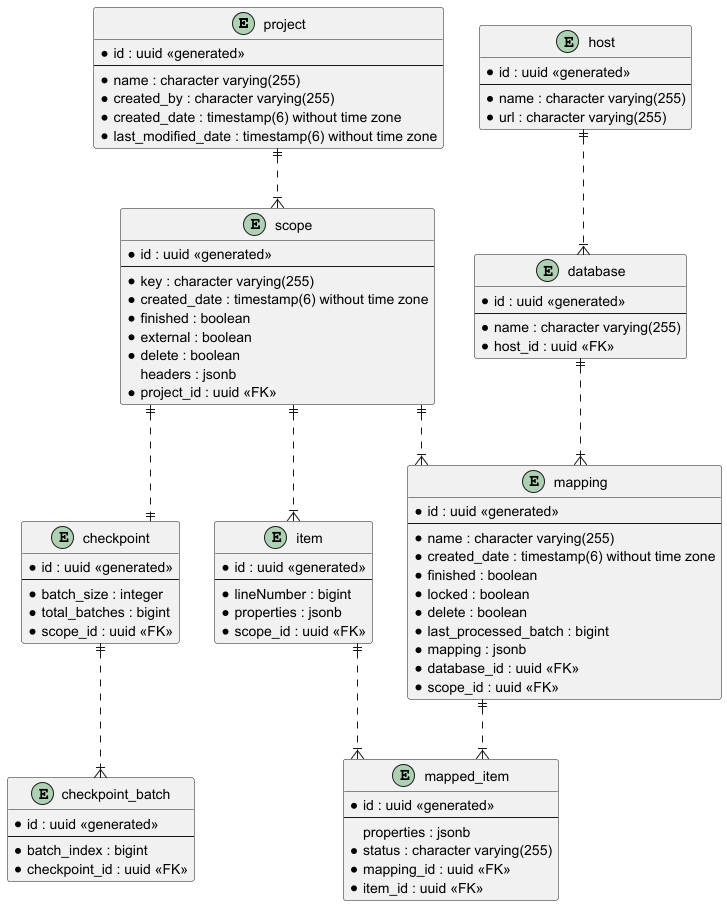
TuncerCatalkaya/data-migration keeps this PlantUML diagram as data-migration-documentation/src/main/images/databaseModel.png. Above is the earlier version. The source it was exported from:
```plantuml
@startuml
skinparam linetype ortho

entity project {
    * id : uuid <<generated>>
    --
    * name : character varying(255)
    * created_by : character varying(255)
    * created_date : timestamp(6) without time zone
    * last_modified_date : timestamp(6) without time zone
}

entity scope {
    * id : uuid <<generated>>
    --
    * key : character varying(255)
    * created_date : timestamp(6) without time zone
    * finished : boolean
    * external : boolean
    * delete : boolean
    headers : jsonb
    * project_id : uuid <<FK>>
}

entity item {
    * id : uuid <<generated>>
    --
    * lineNumber : bigint
    * properties : jsonb
    * scope_id : uuid <<FK>>
}

entity checkpoint {
    * id : uuid <<generated>>
    --
    * batch_size : integer
    * total_batches : bigint
    * scope_id : uuid <<FK>>
}

entity checkpoint_batch {
    * id : uuid <<generated>>
    --
    * batch_index : bigint
    * checkpoint_id : uuid <<FK>>
}

entity host {
    * id : uuid <<generated>>
    --
    * name : character varying(255)
    * url : character varying(255)
}

entity mapping {
    * id : uuid <<generated>>
    --
    * name : character varying(255)
    * created_date : timestamp(6) without time zone
    * finished : boolean
    * locked : boolean
    * delete : boolean
    * last_processed_batch : bigint
    * mapping : jsonb
    * database_id : uuid <<FK>>
    * scope_id : uuid <<FK>>
}

entity database {
    * id : uuid <<generated>>
    --
    * name : character varying(255)
    * host_id : uuid <<FK>>
}

entity mapped_item {
    * id : uuid <<generated>>
    --
    properties : jsonb
    * status : character varying(255)
    * mapping_id : uuid <<FK>>
    * item_id : uuid <<FK>>
}

project ||..|{ scope
scope ||..|{ item

scope ||..|| checkpoint
checkpoint ||..|{ checkpoint_batch

database ||..|{ mapping
host ||..|{ database
scope ||..|{ mapping

item ||..|{ mapped_item
mapping ||..|{ mapped_item

@enduml
```
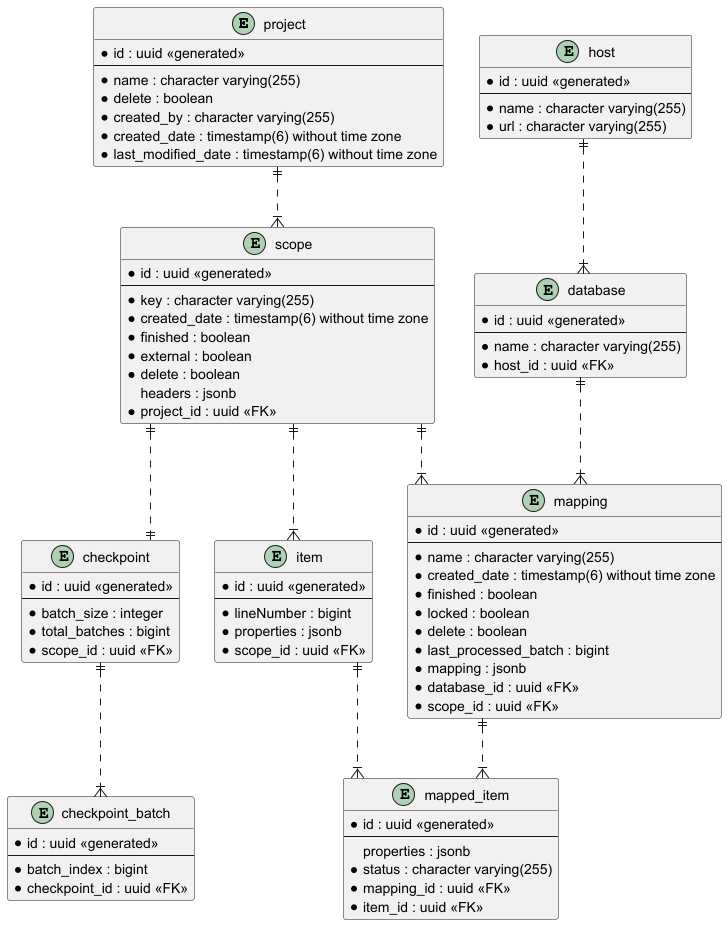
Later version of the same file.

The edit, as a diff of the source:
```diff
@@ -5,6 +5,7 @@
     * id : uuid <<generated>>
     --
     * name : character varying(255)
+    * delete : boolean
     * created_by : character varying(255)
     * created_date : timestamp(6) without time zone
     * last_modified_date : timestamp(6) without time zone
```
